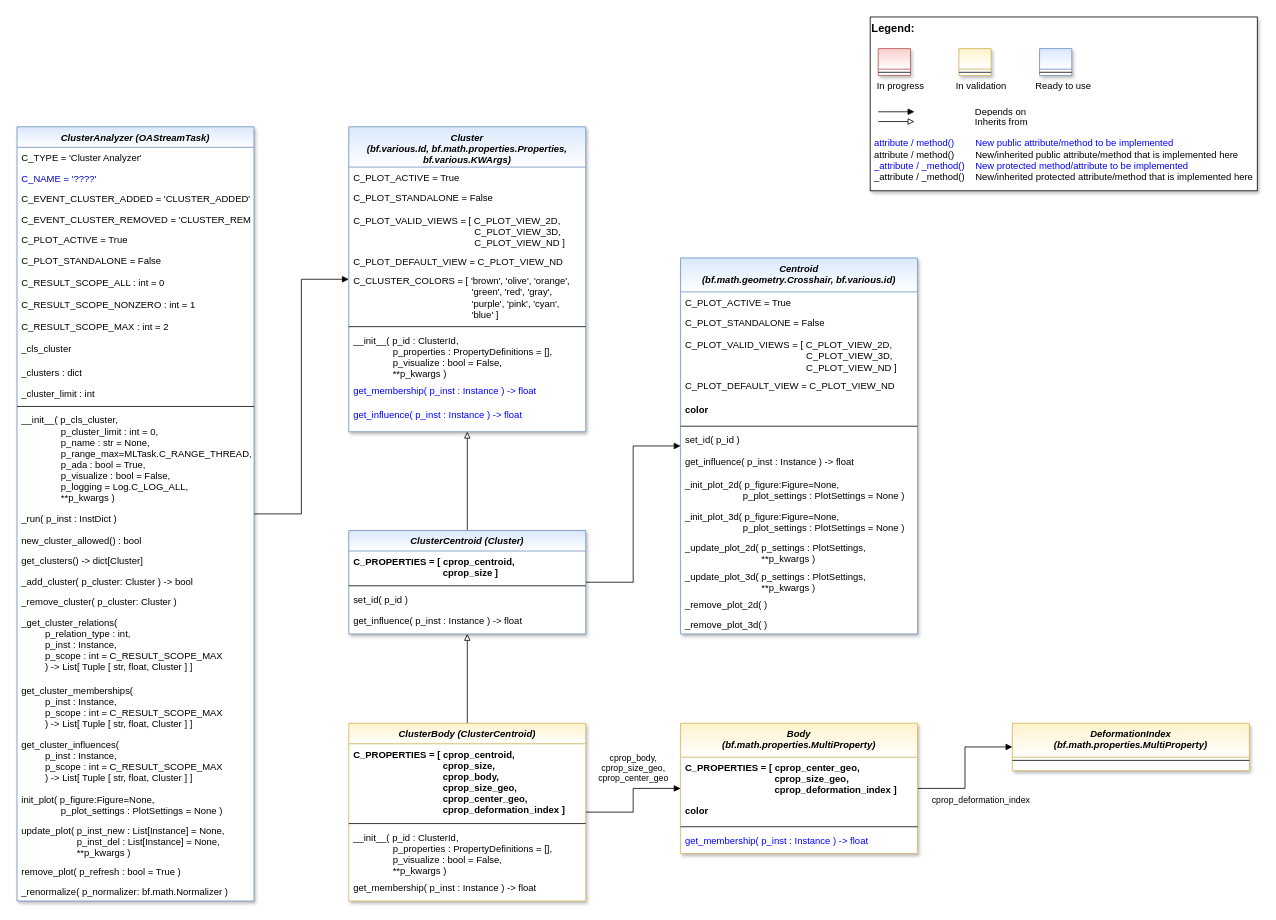
The draw.io diagram doc/rtd/content/99_appendices/appendix2/sub/mlpro_oa/streams/20_cluster_analysis/images/MLPro-OA-Cluster_Analyzers_class_diagram.drawio in fhswf/MLPro, before the edit. Source tidied: cells renumbered, new cells numbered last; positions are measured from the earlier drawing's top-left corner, leaving out a move shared by most shapes. Both pictures are drawn from the tidied source at 79%, with x=0, y=0 at pixel (17, 17).
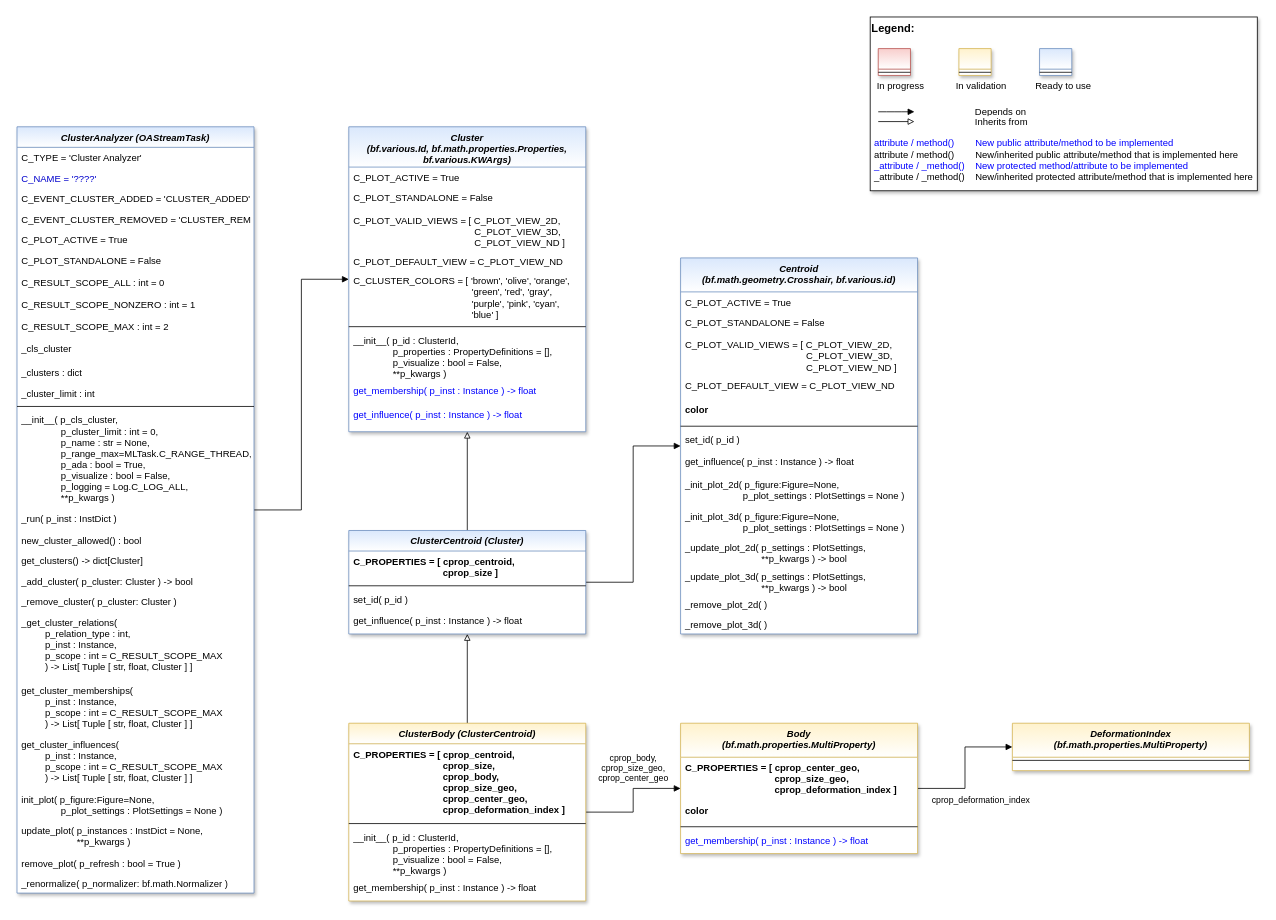
The same diagram, later.

Unchanged cells that the change refers to:
```xml
<mxCell id="64" value="Centroid&#10;(bf.math.geometry.Crosshair, bf.various.id)" style="swimlane;fontStyle=3;align=center;verticalAlign=top;horizontal=1;startSize=43;rounded=0;shadow=1;strokeWidth=1;fillColor=#dae8fc;strokeColor=#6c8ebf;swimlaneFillColor=#ffffff;gradientColor=#FFFFFF;" parent="1" vertex="1">
  <mxGeometry x="840" y="305" width="300" height="476" as="geometry" />
</mxCell>
```

Diff of the diagram source:
```diff
@@
     <mxCell id="3" value="ClusterAnalyzer (OAStreamTask)" style="swimlane;fontStyle=3;align=center;verticalAlign=top;horizontal=1;startSize=26;rounded=0;shadow=1;strokeWidth=1;fillColor=#dae8fc;strokeColor=#6c8ebf;swimlaneFillColor=#ffffff;gradientColor=#FFFFFF;" parent="1" vertex="1">
-      <mxGeometry y="139" width="300" height="980" as="geometry" />
+      <mxGeometry y="139" width="300" height="970" as="geometry" />
     </mxCell>
@@
-    <mxCell id="27" value="update_plot( p_inst_new : List[Instance] = None, &#10;                     p_inst_del : List[Instance] = None,&#10;                     **p_kwargs )" style="text;align=left;verticalAlign=top;spacingLeft=4;spacingRight=4;overflow=hidden;fontColor=default;" parent="3" vertex="1">
-      <mxGeometry y="878" width="300" height="52" as="geometry" />
+    <mxCell id="27" value="update_plot( p_instances : InstDict = None, &#10;                     **p_kwargs )" style="text;align=left;verticalAlign=top;spacingLeft=4;spacingRight=4;overflow=hidden;fontColor=default;" parent="3" vertex="1">
+      <mxGeometry y="878" width="300" height="42" as="geometry" />
     </mxCell>
     <mxCell id="28" value="remove_plot( p_refresh : bool = True )" style="text;align=left;verticalAlign=top;spacingLeft=4;spacingRight=4;overflow=hidden;fontColor=default;" parent="3" vertex="1">
-      <mxGeometry y="930" width="300" height="25" as="geometry" />
+      <mxGeometry y="920" width="300" height="25" as="geometry" />
     </mxCell>
     <mxCell id="29" value="_renormalize( p_normalizer: bf.math.Normalizer )" style="text;align=left;verticalAlign=top;spacingLeft=4;spacingRight=4;overflow=hidden;fontColor=default;" parent="3" vertex="1">
-      <mxGeometry y="955" width="300" height="25" as="geometry" />
+      <mxGeometry y="945" width="300" height="25" as="geometry" />
     </mxCell>
@@
-    <mxCell id="75" value="_update_plot_2d( p_settings : PlotSettings, &#10;                             **p_kwargs )" style="text;align=left;verticalAlign=top;spacingLeft=4;spacingRight=4;overflow=hidden;fontColor=default;" parent="64" vertex="1">
+    <mxCell id="75" value="_update_plot_2d( p_settings : PlotSettings, &#10;                             **p_kwargs ) -&gt; bool" style="text;align=left;verticalAlign=top;spacingLeft=4;spacingRight=4;overflow=hidden;fontColor=default;" parent="64" vertex="1">
       <mxGeometry y="354" width="300" height="36" as="geometry" />
     </mxCell>
-    <mxCell id="76" value="_update_plot_3d( p_settings : PlotSettings, &#10;                             **p_kwargs )" style="text;align=left;verticalAlign=top;spacingLeft=4;spacingRight=4;overflow=hidden;fontColor=default;" parent="64" vertex="1">
+    <mxCell id="76" value="_update_plot_3d( p_settings : PlotSettings, &#10;                             **p_kwargs ) -&gt; bool" style="text;align=left;verticalAlign=top;spacingLeft=4;spacingRight=4;overflow=hidden;fontColor=default;" parent="64" vertex="1">
       <mxGeometry y="390" width="300" height="36" as="geometry" />
     </mxCell>
```
